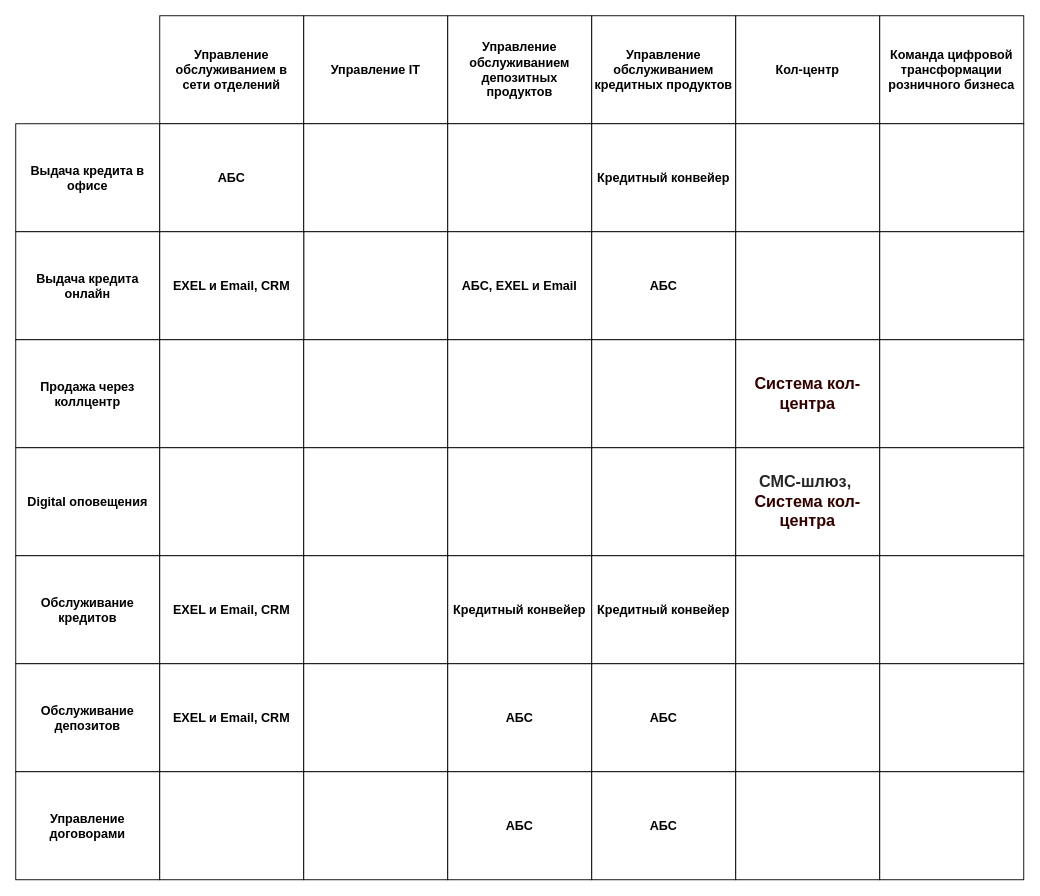
The draw.io diagram Task1/BCMap.drawio in grem0087/architecture-pro-standart, before the edit. Source tidied: cells renumbered, new cells numbered last; positions are measured from the earlier drawing's top-left corner, leaving out a move shared by most shapes. Both pictures are drawn from the tidied source at 90%, with x=0, y=0 at pixel (15, 15).
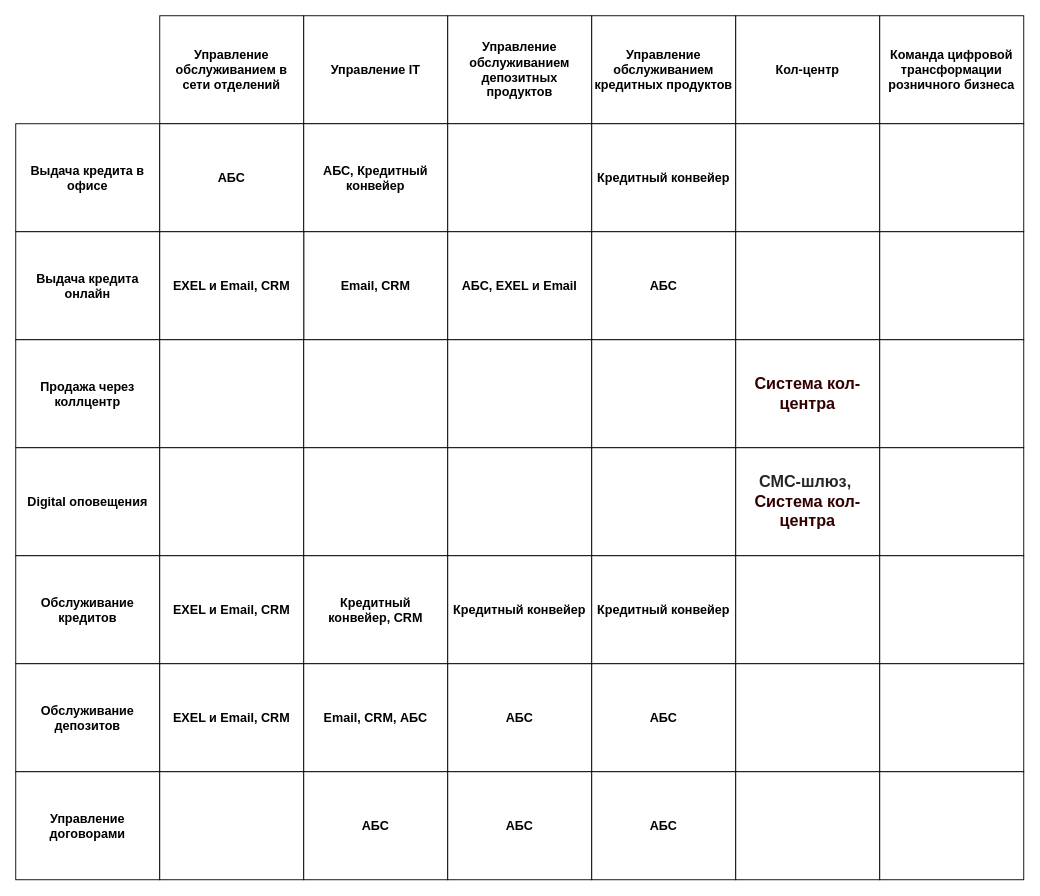
Above is the later version.

Change to the diagram source:
```diff
@@
-    <mxCell id="11" style="whiteSpace=wrap;html=1;rounded=0;shadow=0;strokeWidth=1;fontSize=14;" parent="1" vertex="1">
+    <mxCell id="11" value="&lt;b&gt;АБС,&amp;nbsp;&lt;/b&gt;&lt;b&gt;Кредитный конвейер&lt;/b&gt;" style="whiteSpace=wrap;html=1;rounded=0;shadow=0;strokeWidth=1;fontSize=14;" parent="1" vertex="1">
       <mxGeometry x="320" y="120" width="160" height="120" as="geometry" />
     </mxCell>
@@
-    <mxCell id="16" style="whiteSpace=wrap;html=1;rounded=0;shadow=0;strokeWidth=1;fontSize=14;" parent="1" vertex="1">
+    <mxCell id="16" value="&lt;b&gt;Email, CRM&lt;/b&gt;" style="whiteSpace=wrap;html=1;rounded=0;shadow=0;strokeWidth=1;fontSize=14;" parent="1" vertex="1">
       <mxGeometry x="320" y="240" width="160" height="120" as="geometry" />
     </mxCell>
@@
-    <mxCell id="38" style="whiteSpace=wrap;html=1;rounded=0;shadow=0;strokeWidth=1;fontSize=14;" parent="1" vertex="1">
+    <mxCell id="38" value="&lt;b&gt;Кредитный конвейер,&amp;nbsp;&lt;/b&gt;&lt;b&gt;CRM&lt;/b&gt;" style="whiteSpace=wrap;html=1;rounded=0;shadow=0;strokeWidth=1;fontSize=14;" parent="1" vertex="1">
       <mxGeometry x="320" y="600" width="160" height="120" as="geometry" />
     </mxCell>
@@
-    <mxCell id="45" style="whiteSpace=wrap;html=1;rounded=0;shadow=0;strokeWidth=1;fontSize=14;" parent="1" vertex="1">
+    <mxCell id="45" value="&lt;b&gt;Email, CRM, АБС&lt;/b&gt;" style="whiteSpace=wrap;html=1;rounded=0;shadow=0;strokeWidth=1;fontSize=14;" parent="1" vertex="1">
       <mxGeometry x="320" y="720" width="160" height="120" as="geometry" />
     </mxCell>
@@
-    <mxCell id="52" style="whiteSpace=wrap;html=1;rounded=0;shadow=0;strokeWidth=1;fontSize=14;" parent="1" vertex="1">
+    <mxCell id="52" value="&lt;b&gt;АБС&lt;/b&gt;" style="whiteSpace=wrap;html=1;rounded=0;shadow=0;strokeWidth=1;fontSize=14;" parent="1" vertex="1">
       <mxGeometry x="320" y="840" width="160" height="120" as="geometry" />
     </mxCell>
```
